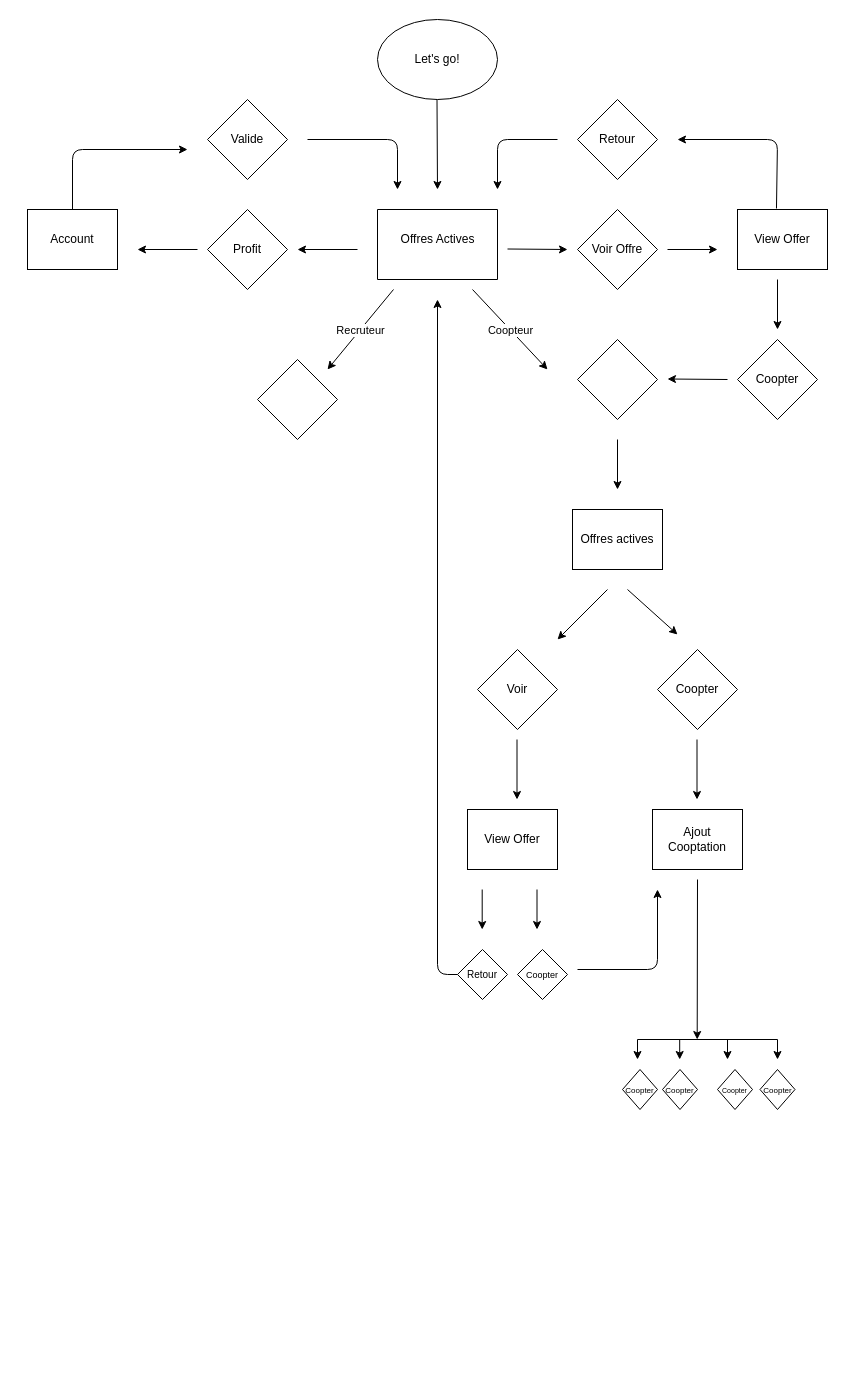
Earlier version of the draw.io diagram Untitled Diagram.drawio (ilanashley/EasyCoopt). Source tidied: cells renumbered, new cells numbered last; positions are measured from the earlier drawing's top-left corner, leaving out a move shared by most shapes. Both pictures are drawn from the tidied source at 100%, with x=0, y=0 at pixel (27, 19).
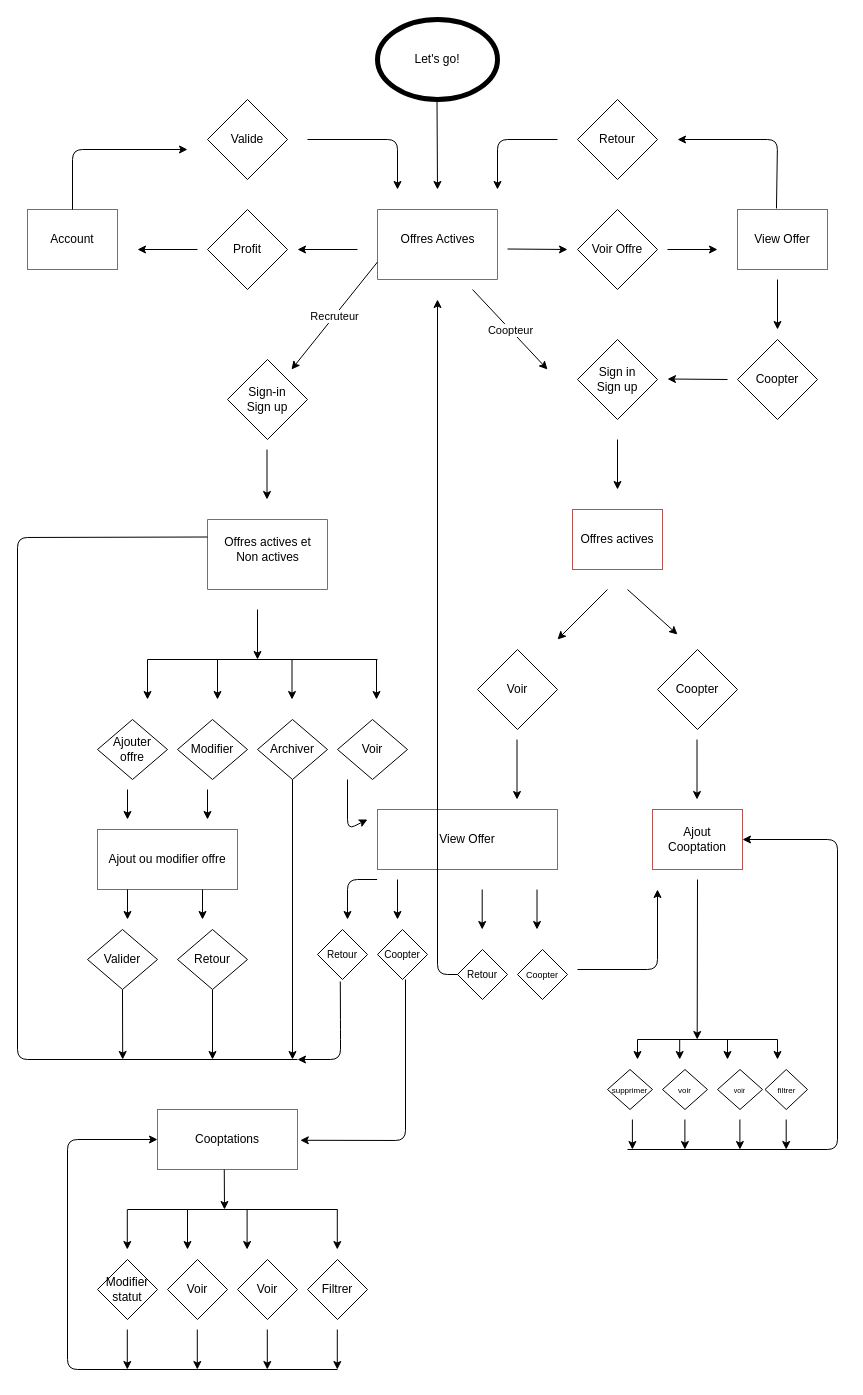
The same diagram, later.

The edit, as a diff of the source:
```diff
@@
-    <mxCell id="2" value="Let's go!" style="ellipse;whiteSpace=wrap;html=1;" parent="1" vertex="1">
+    <mxCell id="2" value="Let's go!" style="ellipse;whiteSpace=wrap;html=1;strokeWidth=5;" parent="1" vertex="1">
       <mxGeometry x="350" width="120" height="80" as="geometry" />
     </mxCell>
@@
-    <mxCell id="4" style="swimlane;startSize=0;" parent="1" vertex="1">
+    <mxCell id="4" style="swimlane;startSize=0;fillColor=#f8cecc;strokeColor=#b85450;" parent="1" vertex="1">
       <mxGeometry x="350" y="190" width="120" height="70" as="geometry" />
     </mxCell>
@@
-    <mxCell id="9" value="Account" style="rounded=0;whiteSpace=wrap;html=1;" parent="1" vertex="1">
+    <mxCell id="9" value="Account" style="rounded=0;whiteSpace=wrap;html=1;strokeColor=#b85450;fillColor=none;" parent="1" vertex="1">
       <mxGeometry y="190" width="90" height="60" as="geometry" />
     </mxCell>
@@
-    <mxCell id="16" value="View Offer" style="rounded=0;whiteSpace=wrap;html=1;" parent="1" vertex="1">
+    <mxCell id="16" value="View Offer" style="rounded=0;whiteSpace=wrap;html=1;strokeColor=#b85450;fillColor=none;" parent="1" vertex="1">
       <mxGeometry x="710" y="190" width="90" height="60" as="geometry" />
     </mxCell>
@@
-    <mxCell id="23" style="rhombus;whiteSpace=wrap;html=1;" parent="1" vertex="1">
+    <mxCell id="23" value="Sign in&lt;br&gt;Sign up" style="rhombus;whiteSpace=wrap;html=1;" parent="1" vertex="1">
       <mxGeometry x="550" y="320" width="80" height="80" as="geometry" />
     </mxCell>
-    <mxCell id="24" style="rhombus;whiteSpace=wrap;html=1;" parent="1" vertex="1">
-      <mxGeometry x="230" y="340" width="80" height="80" as="geometry" />
+    <mxCell id="24" value="Sign-in&lt;br&gt;Sign up" style="rhombus;whiteSpace=wrap;html=1;" parent="1" vertex="1">
+      <mxGeometry x="200" y="340" width="80" height="80" as="geometry" />
     </mxCell>
@@
-    <mxCell id="26" value="Offres actives" style="rounded=0;whiteSpace=wrap;html=1;" parent="1" vertex="1">
+    <mxCell id="26" value="Offres actives" style="rounded=0;whiteSpace=wrap;html=1;strokeColor=#b85450;fillColor=none;" parent="1" vertex="1">
       <mxGeometry x="545" y="490" width="90" height="60" as="geometry" />
     </mxCell>
@@
-    <mxCell id="31" value="Ajout Cooptation" style="rounded=0;whiteSpace=wrap;html=1;" parent="1" vertex="1">
+    <mxCell id="31" value="Ajout Cooptation" style="rounded=0;whiteSpace=wrap;html=1;strokeColor=#b85450;fillColor=none;" parent="1" vertex="1">
       <mxGeometry x="625" y="790" width="90" height="60" as="geometry" />
     </mxCell>
@@
-    <mxCell id="34" value="View Offer" style="rounded=0;whiteSpace=wrap;html=1;" parent="1" vertex="1">
-      <mxGeometry x="440" y="790" width="90" height="60" as="geometry" />
+    <mxCell id="34" value="View Offer" style="rounded=0;whiteSpace=wrap;html=1;strokeColor=#b85450;fillColor=none;" parent="1" vertex="1">
+      <mxGeometry x="350" y="790" width="180" height="60" as="geometry" />
     </mxCell>
@@
-    <mxCell id="46" value="&lt;font style=&quot;font-size: 8px&quot;&gt;Coopter&lt;/font&gt;" style="rhombus;whiteSpace=wrap;html=1;" parent="1" vertex="1">
-      <mxGeometry x="732.5" y="1050" width="35" height="40" as="geometry" />
+    <mxCell id="46" value="&lt;font style=&quot;font-size: 8px&quot;&gt;filtrer&lt;/font&gt;" style="rhombus;whiteSpace=wrap;html=1;" parent="1" vertex="1">
+      <mxGeometry x="737.5" y="1050" width="42.5" height="40" as="geometry" />
     </mxCell>
-    <mxCell id="47" value="&lt;font style=&quot;font-size: 7px&quot;&gt;Coopter&lt;/font&gt;" style="rhombus;whiteSpace=wrap;html=1;" parent="1" vertex="1">
-      <mxGeometry x="690" y="1050" width="35" height="40" as="geometry" />
+    <mxCell id="47" value="&lt;font style=&quot;font-size: 7px&quot;&gt;voir&lt;/font&gt;" style="rhombus;whiteSpace=wrap;html=1;" parent="1" vertex="1">
+      <mxGeometry x="690" y="1050" width="45" height="40" as="geometry" />
     </mxCell>
-    <mxCell id="48" value="&lt;span style=&quot;font-size: 8px&quot;&gt;Coopter&lt;/span&gt;" style="rhombus;whiteSpace=wrap;html=1;" parent="1" vertex="1">
-      <mxGeometry x="635" y="1050" width="35" height="40" as="geometry" />
+    <mxCell id="48" value="&lt;span style=&quot;font-size: 8px&quot;&gt;voir&lt;/span&gt;" style="rhombus;whiteSpace=wrap;html=1;" parent="1" vertex="1">
+      <mxGeometry x="635" y="1050" width="45" height="40" as="geometry" />
     </mxCell>
-    <mxCell id="49" value="&lt;span style=&quot;font-size: 8px&quot;&gt;Coopter&lt;/span&gt;" style="rhombus;whiteSpace=wrap;html=1;" parent="1" vertex="1">
-      <mxGeometry x="595" y="1050" width="35" height="40" as="geometry" />
+    <mxCell id="49" value="&lt;span style=&quot;font-size: 8px&quot;&gt;supprimer&lt;/span&gt;" style="rhombus;whiteSpace=wrap;html=1;" parent="1" vertex="1">
+      <mxGeometry x="580" y="1050" width="45" height="40" as="geometry" />
     </mxCell>
@@
-    <mxCell id="53" style="endArrow=classic;html=1;" parent="1" edge="1">
+    <mxCell id="53" style="endArrow=classic;html=1;exitX=0;exitY=0.75;exitDx=0;exitDy=0;" parent="1" edge="1" source="4">
       <mxGeometry relative="1" as="geometry">
-        <mxPoint x="366" y="270" as="sourcePoint" />
-        <mxPoint x="300" y="350" as="targetPoint" />
+        <mxPoint x="264" y="350" as="targetPoint" />
       </mxGeometry>
     </mxCell>
@@
+    <mxCell id="55" style="endArrow=classic;html=1;" parent="1" edge="1">
+      <mxGeometry relative="1" as="geometry">
+        <mxPoint x="239.5" y="430" as="sourcePoint" />
+        <mxPoint x="239.5" y="480" as="targetPoint" />
+      </mxGeometry>
+    </mxCell>
+    <mxCell id="56" style="swimlane;startSize=0;fillColor=#f8cecc;strokeColor=#b85450;" parent="1" vertex="1">
+      <mxGeometry x="180" y="500" width="120" height="70" as="geometry" />
+    </mxCell>
+    <mxCell id="57" value="Offres actives et&lt;br&gt;Non actives" style="text;html=1;align=center;verticalAlign=middle;strokeColor=none;" parent="56" vertex="1">
+      <mxGeometry x="10" y="15" width="100" height="30" as="geometry" />
+    </mxCell>
+    <mxCell id="58" style="endArrow=classic;html=1;" parent="1" edge="1">
+      <mxGeometry relative="1" as="geometry">
+        <mxPoint x="230" y="590" as="sourcePoint" />
+        <mxPoint x="230" y="640" as="targetPoint" />
+      </mxGeometry>
+    </mxCell>
+    <mxCell id="59" style="endArrow=none;html=1;" parent="1" edge="1">
+      <mxGeometry relative="1" as="geometry">
+        <mxPoint x="120" y="640" as="sourcePoint" />
+        <mxPoint x="350" y="640" as="targetPoint" />
+      </mxGeometry>
+    </mxCell>
+    <mxCell id="60" style="endArrow=classic;html=1;" parent="1" edge="1">
+      <mxGeometry relative="1" as="geometry">
+        <mxPoint x="120" y="640" as="sourcePoint" />
+        <mxPoint x="120" y="680" as="targetPoint" />
+      </mxGeometry>
+    </mxCell>
+    <mxCell id="61" style="endArrow=classic;html=1;" parent="1" edge="1">
+      <mxGeometry relative="1" as="geometry">
+        <mxPoint x="190" y="640" as="sourcePoint" />
+        <mxPoint x="190" y="680" as="targetPoint" />
+      </mxGeometry>
+    </mxCell>
+    <mxCell id="62" style="endArrow=classic;html=1;" parent="1" edge="1">
+      <mxGeometry relative="1" as="geometry">
+        <mxPoint x="264.5" y="640" as="sourcePoint" />
+        <mxPoint x="264.5" y="680" as="targetPoint" />
+      </mxGeometry>
+    </mxCell>
+    <mxCell id="63" style="endArrow=classic;html=1;" parent="1" edge="1">
+      <mxGeometry relative="1" as="geometry">
+        <mxPoint x="349" y="640" as="sourcePoint" />
+        <mxPoint x="349" y="680" as="targetPoint" />
+      </mxGeometry>
+    </mxCell>
+    <mxCell id="64" value="Ajouter &lt;br&gt;offre" style="rhombus;whiteSpace=wrap;html=1;strokeWidth=1;fillColor=none;" parent="1" vertex="1">
+      <mxGeometry x="70" y="700" width="70" height="60" as="geometry" />
+    </mxCell>
+    <mxCell id="65" value="Modifier" style="rhombus;whiteSpace=wrap;html=1;strokeWidth=1;fillColor=none;" parent="1" vertex="1">
+      <mxGeometry x="150" y="700" width="70" height="60" as="geometry" />
+    </mxCell>
+    <mxCell id="66" value="Archiver" style="rhombus;whiteSpace=wrap;html=1;strokeWidth=1;fillColor=none;" parent="1" vertex="1">
+      <mxGeometry x="230" y="700" width="70" height="60" as="geometry" />
+    </mxCell>
+    <mxCell id="67" value="Voir" style="rhombus;whiteSpace=wrap;html=1;strokeWidth=1;fillColor=none;" parent="1" vertex="1">
+      <mxGeometry x="310" y="700" width="70" height="60" as="geometry" />
+    </mxCell>
+    <mxCell id="68" style="endArrow=classic;html=1;" parent="1" edge="1">
+      <mxGeometry relative="1" as="geometry">
+        <mxPoint x="320" y="760" as="sourcePoint" />
+        <mxPoint x="340" y="800" as="targetPoint" />
+        <Array as="points">
+          <mxPoint x="320" y="810" />
+        </Array>
+      </mxGeometry>
+    </mxCell>
+    <mxCell id="69" value="Ajout ou modifier offre" style="rounded=0;whiteSpace=wrap;html=1;strokeWidth=1;strokeColor=#b85450;fillColor=none;" parent="1" vertex="1">
+      <mxGeometry x="70" y="810" width="140" height="60" as="geometry" />
+    </mxCell>
+    <mxCell id="70" style="endArrow=classic;html=1;" parent="1" edge="1">
+      <mxGeometry relative="1" as="geometry">
+        <mxPoint x="100" y="770" as="sourcePoint" />
+        <mxPoint x="100" y="800" as="targetPoint" />
+      </mxGeometry>
+    </mxCell>
+    <mxCell id="71" style="endArrow=classic;html=1;" parent="1" edge="1">
+      <mxGeometry relative="1" as="geometry">
+        <mxPoint x="180" y="770" as="sourcePoint" />
+        <mxPoint x="180" y="800" as="targetPoint" />
+      </mxGeometry>
+    </mxCell>
+    <mxCell id="72" style="endArrow=classic;html=1;" parent="1" edge="1">
+      <mxGeometry relative="1" as="geometry">
+        <mxPoint x="100" y="870" as="sourcePoint" />
+        <mxPoint x="100" y="900" as="targetPoint" />
+      </mxGeometry>
+    </mxCell>
+    <mxCell id="73" style="endArrow=classic;html=1;exitX=0.75;exitY=1;exitDx=0;exitDy=0;" parent="1" edge="1" source="69">
+      <mxGeometry relative="1" as="geometry">
+        <mxPoint x="175" y="900" as="targetPoint" />
+        <Array as="points">
+          <mxPoint x="175" y="900" />
+        </Array>
+      </mxGeometry>
+    </mxCell>
+    <mxCell id="74" value="Valider" style="rhombus;whiteSpace=wrap;html=1;strokeWidth=1;fillColor=none;" parent="1" vertex="1">
+      <mxGeometry x="60" y="910" width="70" height="60" as="geometry" />
+    </mxCell>
+    <mxCell id="75" value="Retour" style="rhombus;whiteSpace=wrap;html=1;strokeWidth=1;fillColor=none;" parent="1" vertex="1">
+      <mxGeometry x="150" y="910" width="70" height="60" as="geometry" />
+    </mxCell>
+    <mxCell id="76" style="endArrow=classic;html=1;exitX=0.5;exitY=1;exitDx=0;exitDy=0;" parent="1" edge="1" source="66">
+      <mxGeometry relative="1" as="geometry">
+        <mxPoint x="265" y="1040" as="targetPoint" />
+      </mxGeometry>
+    </mxCell>
+    <mxCell id="77" style="endArrow=classic;html=1;exitX=0.5;exitY=1;exitDx=0;exitDy=0;" parent="1" edge="1" source="74">
+      <mxGeometry relative="1" as="geometry">
+        <mxPoint x="95.2" y="1040" as="targetPoint" />
+      </mxGeometry>
+    </mxCell>
+    <mxCell id="78" style="endArrow=classic;html=1;exitX=0.5;exitY=1;exitDx=0;exitDy=0;" parent="1" edge="1" source="75">
+      <mxGeometry relative="1" as="geometry">
+        <mxPoint x="185" y="1040" as="targetPoint" />
+      </mxGeometry>
+    </mxCell>
+    <mxCell id="79" style="endArrow=none;html=1;exitX=0;exitY=0.25;exitDx=0;exitDy=0;" parent="1" edge="1" source="56">
+      <mxGeometry relative="1" as="geometry">
+        <mxPoint x="270" y="1040" as="targetPoint" />
+        <Array as="points">
+          <mxPoint x="-10" y="518" />
+          <mxPoint x="-10" y="1040" />
+        </Array>
+      </mxGeometry>
+    </mxCell>
+    <mxCell id="80" style="endArrow=classic;html=1;" parent="1" edge="1">
+      <mxGeometry relative="1" as="geometry">
+        <mxPoint x="604.9" y="1100" as="sourcePoint" />
+        <mxPoint x="604.9" y="1130" as="targetPoint" />
+      </mxGeometry>
+    </mxCell>
+    <mxCell id="81" style="endArrow=classic;html=1;" parent="1" edge="1">
+      <mxGeometry relative="1" as="geometry">
+        <mxPoint x="657.4" y="1100" as="sourcePoint" />
+        <mxPoint x="657.4" y="1130" as="targetPoint" />
+      </mxGeometry>
+    </mxCell>
+    <mxCell id="82" style="endArrow=classic;html=1;" parent="1" edge="1">
+      <mxGeometry relative="1" as="geometry">
+        <mxPoint x="712.4" y="1100" as="sourcePoint" />
+        <mxPoint x="712.4" y="1130" as="targetPoint" />
+      </mxGeometry>
+    </mxCell>
+    <mxCell id="83" style="endArrow=classic;html=1;" parent="1" edge="1">
+      <mxGeometry relative="1" as="geometry">
+        <mxPoint x="758.7" y="1100" as="sourcePoint" />
+        <mxPoint x="758.7" y="1130" as="targetPoint" />
+      </mxGeometry>
+    </mxCell>
+    <mxCell id="84" style="endArrow=classic;html=1;" parent="1" edge="1">
+      <mxGeometry relative="1" as="geometry">
+        <mxPoint x="349.6" y="860" as="sourcePoint" />
+        <mxPoint x="320" y="900" as="targetPoint" />
+        <Array as="points">
+          <mxPoint x="320" y="860" />
+        </Array>
+      </mxGeometry>
+    </mxCell>
+    <mxCell id="85" style="endArrow=classic;html=1;" parent="1" edge="1">
+      <mxGeometry relative="1" as="geometry">
+        <mxPoint x="370" y="860" as="sourcePoint" />
+        <mxPoint x="370" y="900" as="targetPoint" />
+      </mxGeometry>
+    </mxCell>
+    <mxCell id="86" value="&lt;font style=&quot;font-size: 10px&quot;&gt;Retour&lt;/font&gt;" style="rhombus;whiteSpace=wrap;html=1;" parent="1" vertex="1">
+      <mxGeometry x="290" y="910" width="50" height="50" as="geometry" />
+    </mxCell>
+    <mxCell id="87" value="&lt;span style=&quot;font-size: 10px&quot;&gt;Coopter&lt;/span&gt;" style="rhombus;whiteSpace=wrap;html=1;" parent="1" vertex="1">
+      <mxGeometry x="350" y="910" width="50" height="50" as="geometry" />
+    </mxCell>
+    <mxCell id="88" style="endArrow=classic;html=1;exitX=0.456;exitY=1.04;exitDx=0;exitDy=0;exitPerimeter=0;" parent="1" edge="1" source="86">
+      <mxGeometry relative="1" as="geometry">
+        <mxPoint x="270" y="1040" as="targetPoint" />
+        <Array as="points">
+          <mxPoint x="313" y="1010" />
+          <mxPoint x="313" y="1040" />
+        </Array>
+      </mxGeometry>
+    </mxCell>
+    <mxCell id="89" value="Cooptations" style="rounded=0;whiteSpace=wrap;html=1;strokeWidth=1;strokeColor=#b85450;fillColor=none;" parent="1" vertex="1">
+      <mxGeometry x="130" y="1090" width="140" height="60" as="geometry" />
+    </mxCell>
+    <mxCell id="90" style="endArrow=classic;html=1;entryX=1.02;entryY=0.513;entryDx=0;entryDy=0;entryPerimeter=0;" parent="1" edge="1" target="89">
+      <mxGeometry relative="1" as="geometry">
+        <mxPoint x="378" y="960" as="sourcePoint" />
+        <Array as="points">
+          <mxPoint x="378" y="1121" />
+        </Array>
+      </mxGeometry>
+    </mxCell>
+    <mxCell id="91" style="endArrow=classic;html=1;exitX=0.477;exitY=1;exitDx=0;exitDy=0;exitPerimeter=0;" parent="1" edge="1" source="89">
+      <mxGeometry relative="1" as="geometry">
+        <mxPoint x="197" y="1190" as="targetPoint" />
+      </mxGeometry>
+    </mxCell>
+    <mxCell id="92" style="endArrow=none;html=1;" parent="1" edge="1">
+      <mxGeometry relative="1" as="geometry">
+        <mxPoint x="100" y="1190" as="sourcePoint" />
+        <mxPoint x="310" y="1190" as="targetPoint" />
+      </mxGeometry>
+    </mxCell>
+    <mxCell id="93" style="endArrow=classic;html=1;" parent="1" edge="1">
+      <mxGeometry relative="1" as="geometry">
+        <mxPoint x="99.8" y="1190" as="sourcePoint" />
+        <mxPoint x="99.8" y="1230" as="targetPoint" />
+      </mxGeometry>
+    </mxCell>
+    <mxCell id="94" style="endArrow=classic;html=1;" parent="1" edge="1">
+      <mxGeometry relative="1" as="geometry">
+        <mxPoint x="160" y="1190" as="sourcePoint" />
+        <mxPoint x="160" y="1230" as="targetPoint" />
+      </mxGeometry>
+    </mxCell>
+    <mxCell id="95" style="endArrow=classic;html=1;" parent="1" edge="1">
+      <mxGeometry relative="1" as="geometry">
+        <mxPoint x="219.6" y="1190" as="sourcePoint" />
+        <mxPoint x="219.6" y="1230" as="targetPoint" />
+      </mxGeometry>
+    </mxCell>
+    <mxCell id="96" style="endArrow=classic;html=1;" parent="1" edge="1">
+      <mxGeometry relative="1" as="geometry">
+        <mxPoint x="309.8" y="1190" as="sourcePoint" />
+        <mxPoint x="309.8" y="1230" as="targetPoint" />
+      </mxGeometry>
+    </mxCell>
+    <mxCell id="97" value="Modifier&lt;br&gt;statut" style="rhombus;whiteSpace=wrap;html=1;strokeWidth=1;fillColor=none;" parent="1" vertex="1">
+      <mxGeometry x="70" y="1240" width="60" height="60" as="geometry" />
+    </mxCell>
+    <mxCell id="98" value="Voir" style="rhombus;whiteSpace=wrap;html=1;strokeWidth=1;fillColor=none;" parent="1" vertex="1">
+      <mxGeometry x="140" y="1240" width="60" height="60" as="geometry" />
+    </mxCell>
+    <mxCell id="99" value="Voir" style="rhombus;whiteSpace=wrap;html=1;strokeWidth=1;fillColor=none;" parent="1" vertex="1">
+      <mxGeometry x="210" y="1240" width="60" height="60" as="geometry" />
+    </mxCell>
+    <mxCell id="100" value="Filtrer" style="rhombus;whiteSpace=wrap;html=1;strokeWidth=1;fillColor=none;direction=south;" parent="1" vertex="1">
+      <mxGeometry x="280" y="1240" width="60" height="60" as="geometry" />
+    </mxCell>
+    <mxCell id="101" style="endArrow=classic;html=1;" parent="1" edge="1">
+      <mxGeometry relative="1" as="geometry">
+        <mxPoint x="99.8" y="1310" as="sourcePoint" />
+        <mxPoint x="99.8" y="1350" as="targetPoint" />
+      </mxGeometry>
+    </mxCell>
+    <mxCell id="102" style="endArrow=classic;html=1;" parent="1" edge="1">
+      <mxGeometry relative="1" as="geometry">
+        <mxPoint x="169.8" y="1310" as="sourcePoint" />
+        <mxPoint x="169.8" y="1350" as="targetPoint" />
+      </mxGeometry>
+    </mxCell>
+    <mxCell id="103" style="endArrow=classic;html=1;" parent="1" edge="1">
+      <mxGeometry relative="1" as="geometry">
+        <mxPoint x="239.8" y="1310" as="sourcePoint" />
+        <mxPoint x="239.8" y="1350" as="targetPoint" />
+      </mxGeometry>
+    </mxCell>
+    <mxCell id="104" style="endArrow=classic;html=1;" parent="1" edge="1">
+      <mxGeometry relative="1" as="geometry">
+        <mxPoint x="309.8" y="1310" as="sourcePoint" />
+        <mxPoint x="309.8" y="1350" as="targetPoint" />
+      </mxGeometry>
+    </mxCell>
+    <mxCell id="105" style="endArrow=classic;html=1;entryX=0;entryY=0.5;entryDx=0;entryDy=0;" parent="1" edge="1" target="89">
+      <mxGeometry relative="1" as="geometry">
+        <mxPoint x="310" y="1350" as="sourcePoint" />
+        <Array as="points">
+          <mxPoint x="40" y="1350" />
+          <mxPoint x="40" y="1120" />
+        </Array>
+      </mxGeometry>
+    </mxCell>
+    <mxCell id="106" style="endArrow=classic;html=1;entryX=1;entryY=0.5;entryDx=0;entryDy=0;" parent="1" edge="1" target="31">
+      <mxGeometry relative="1" as="geometry">
+        <mxPoint x="600" y="1130" as="sourcePoint" />
+        <Array as="points">
+          <mxPoint x="810" y="1130" />
+          <mxPoint x="810" y="820" />
+        </Array>
+      </mxGeometry>
+    </mxCell>
```
